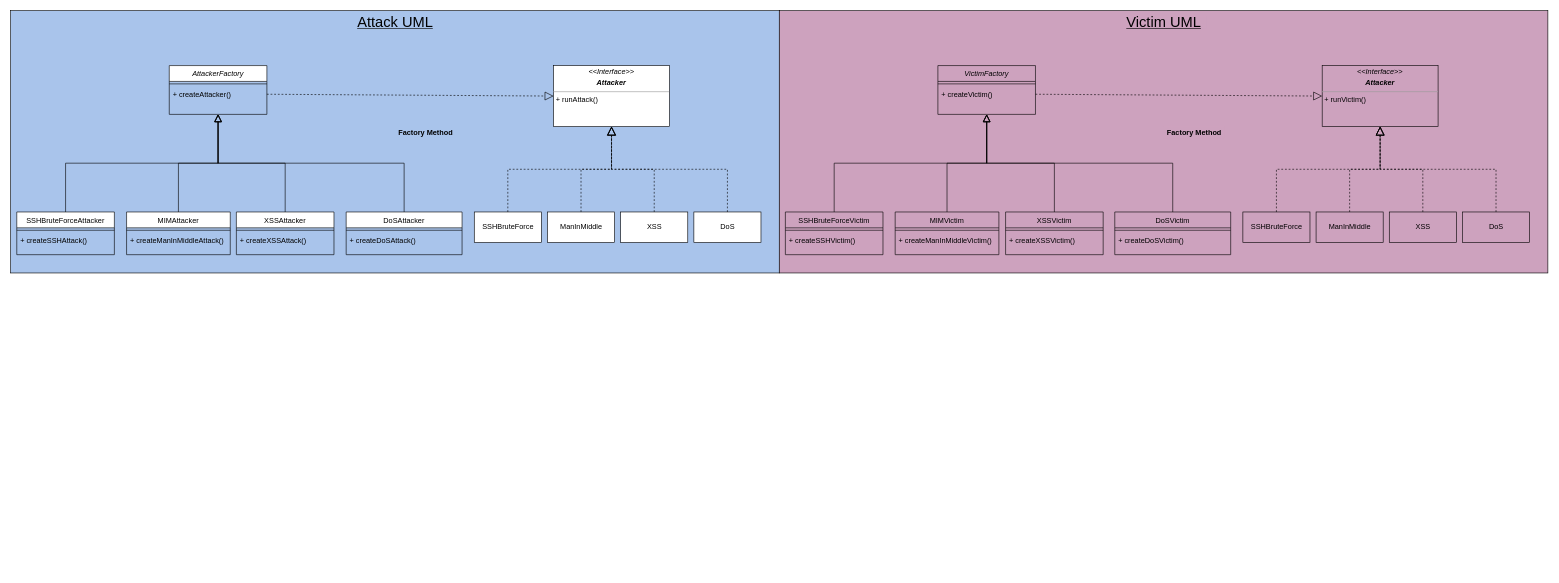
The draw.io diagram Untitled Diagram.drawio in connormc1010/ZFAC025_Final_Project, before the edit. Source tidied: cells renumbered, new cells numbered last; positions are measured from the earlier drawing's top-left corner, leaving out a move shared by most shapes. Both pictures are drawn from the tidied source at 61%, with x=0, y=0 at pixel (10, 10).
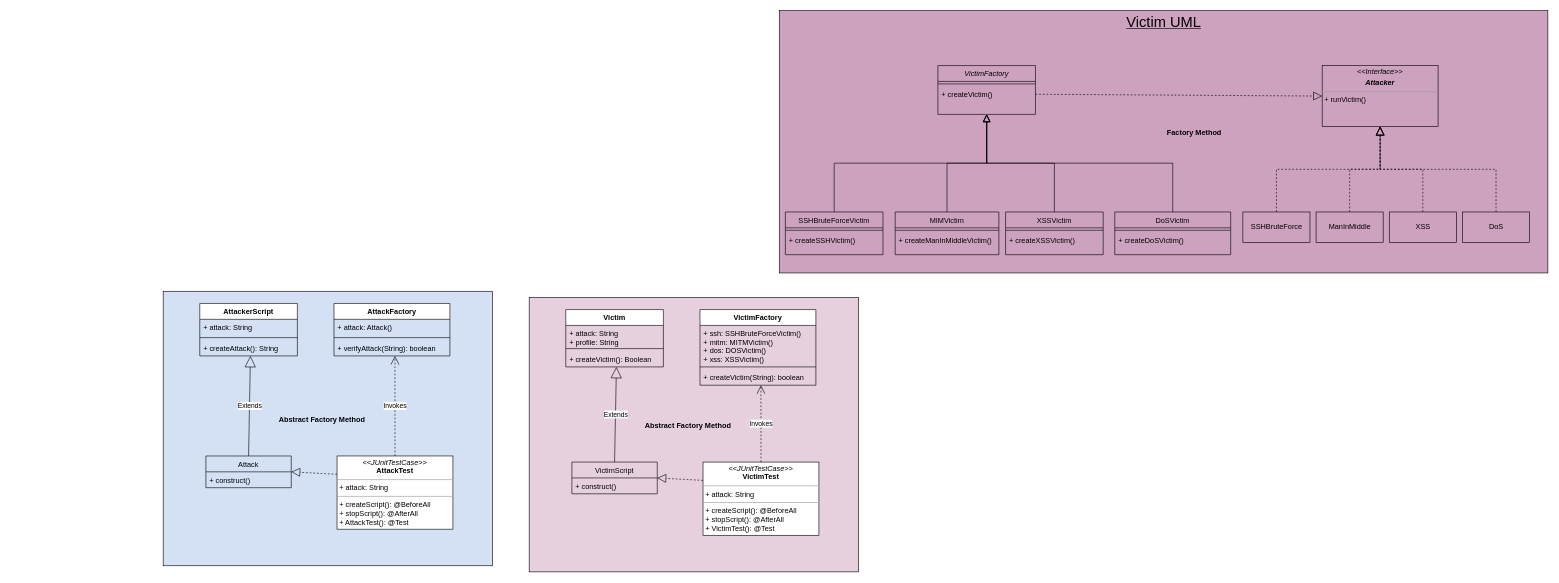
The same diagram, later.

What changed in the source:
```diff
@@
-    <mxCell id="2" style="rounded=0;whiteSpace=wrap;html=1;fillColor=#A9C4EB;" parent="1" vertex="1">
-      <mxGeometry width="1260" height="430" as="geometry" />
-    </mxCell>
-    <mxCell id="3" value="AttackerFactory" style="swimlane;fontStyle=2;align=center;verticalAlign=top;horizontal=1;startSize=26;rounded=0;shadow=0;strokeWidth=1;" parent="1" vertex="1">
-      <mxGeometry x="260" y="90" width="160" height="80" as="geometry" />
-    </mxCell>
-    <mxCell id="4" style="line;html=1;strokeWidth=1;align=left;verticalAlign=middle;spacingTop=-1;spacingLeft=3;spacingRight=3;labelPosition=right;" parent="3" vertex="1">
-      <mxGeometry y="26" width="160" height="8" as="geometry" />
-    </mxCell>
-    <mxCell id="5" value="+ createAttacker()" style="text;align=left;verticalAlign=top;spacingLeft=4;spacingRight=4;overflow=hidden;points=[[0,0.5],[1,0.5]];portConstraint=eastwest;" parent="3" vertex="1">
-      <mxGeometry y="34" width="160" height="26" as="geometry" />
-    </mxCell>
-    <mxCell id="6" value="SSHBruteForceAttacker" style="swimlane;fontStyle=0;align=center;verticalAlign=top;horizontal=1;startSize=26;rounded=0;shadow=0;strokeWidth=1;" parent="1" vertex="1">
-      <mxGeometry x="10" y="330" width="160" height="70" as="geometry" />
-    </mxCell>
-    <mxCell id="7" style="line;html=1;strokeWidth=1;align=left;verticalAlign=middle;spacingTop=-1;spacingLeft=3;spacingRight=3;labelPosition=right;" parent="6" vertex="1">
-      <mxGeometry y="26" width="160" height="8" as="geometry" />
-    </mxCell>
-    <mxCell id="8" value="+ createSSHAttack()" style="text;align=left;verticalAlign=top;spacingLeft=4;spacingRight=4;overflow=hidden;fontStyle=0;" parent="6" vertex="1">
-      <mxGeometry y="34" width="160" height="26" as="geometry" />
-    </mxCell>
-    <mxCell id="9" style="endArrow=block;endSize=10;endFill=0;shadow=0;strokeWidth=1;rounded=0;edgeStyle=elbowEdgeStyle;elbow=vertical;" parent="1" edge="1" source="6" target="3">
-      <mxGeometry relative="1" as="geometry" />
-    </mxCell>
-    <mxCell id="10" value="MIMAttacker" style="swimlane;fontStyle=0;align=center;verticalAlign=top;horizontal=1;startSize=26;rounded=0;shadow=0;strokeWidth=1;" parent="1" vertex="1">
-      <mxGeometry x="190" y="330" width="170" height="70" as="geometry" />
-    </mxCell>
-    <mxCell id="11" style="line;html=1;strokeWidth=1;align=left;verticalAlign=middle;spacingTop=-1;spacingLeft=3;spacingRight=3;labelPosition=right;" parent="10" vertex="1">
-      <mxGeometry y="26" width="170" height="8" as="geometry" />
-    </mxCell>
-    <mxCell id="12" value="+ createManInMiddleAttack()" style="text;align=left;verticalAlign=top;spacingLeft=4;spacingRight=4;overflow=hidden;fontStyle=0;" parent="10" vertex="1">
-      <mxGeometry y="34" width="170" height="26" as="geometry" />
-    </mxCell>
-    <mxCell id="13" style="endArrow=block;endSize=10;endFill=0;shadow=0;strokeWidth=1;rounded=0;edgeStyle=elbowEdgeStyle;elbow=vertical;" parent="1" edge="1" source="10" target="3">
-      <mxGeometry relative="1" as="geometry" />
-    </mxCell>
-    <mxCell id="14" value="&lt;p style=&quot;margin: 0px ; margin-top: 4px ; text-align: center&quot;&gt;&lt;i&gt;&amp;lt;&amp;lt;Interface&amp;gt;&amp;gt;&lt;/i&gt;&lt;br&gt;&lt;/p&gt;&lt;p style=&quot;margin: 0px ; margin-top: 4px ; text-align: center&quot;&gt;&lt;i&gt;&lt;b&gt;Attacker&lt;/b&gt;&lt;/i&gt;&lt;/p&gt;&lt;hr size=&quot;1&quot;&gt;&lt;p style=&quot;margin: 0px ; margin-left: 4px&quot;&gt;+ runAttack()&lt;br&gt;&lt;/p&gt;" style="verticalAlign=top;align=left;overflow=fill;fontSize=12;fontFamily=Helvetica;html=1;" parent="1" vertex="1">
-      <mxGeometry x="890" y="90" width="190" height="100" as="geometry" />
-    </mxCell>
-    <mxCell id="15" value="SSHBruteForce" style="html=1;" parent="1" vertex="1">
-      <mxGeometry x="760" y="330" width="110" height="50" as="geometry" />
-    </mxCell>
-    <mxCell id="16" value="ManInMiddle" style="html=1;" parent="1" vertex="1">
-      <mxGeometry x="880" y="330" width="110" height="50" as="geometry" />
-    </mxCell>
-    <mxCell id="17" value="XSS" style="html=1;" parent="1" vertex="1">
-      <mxGeometry x="1000" y="330" width="110" height="50" as="geometry" />
-    </mxCell>
-    <mxCell id="18" value="XSSAttacker" style="swimlane;fontStyle=0;align=center;verticalAlign=top;horizontal=1;startSize=26;rounded=0;shadow=0;strokeWidth=1;" parent="1" vertex="1">
-      <mxGeometry x="370" y="330" width="160" height="70" as="geometry" />
-    </mxCell>
-    <mxCell id="19" style="line;html=1;strokeWidth=1;align=left;verticalAlign=middle;spacingTop=-1;spacingLeft=3;spacingRight=3;labelPosition=right;" parent="18" vertex="1">
-      <mxGeometry y="26" width="160" height="8" as="geometry" />
-    </mxCell>
-    <mxCell id="20" value="+ createXSSAttack()" style="text;align=left;verticalAlign=top;spacingLeft=4;spacingRight=4;overflow=hidden;fontStyle=0;" parent="18" vertex="1">
-      <mxGeometry y="34" width="160" height="26" as="geometry" />
-    </mxCell>
-    <mxCell id="21" value="DoS" style="html=1;" parent="1" vertex="1">
-      <mxGeometry x="1120" y="330" width="110" height="50" as="geometry" />
-    </mxCell>
-    <mxCell id="22" value="DoSAttacker" style="swimlane;fontStyle=0;align=center;verticalAlign=top;horizontal=1;startSize=26;rounded=0;shadow=0;strokeWidth=1;" parent="1" vertex="1">
-      <mxGeometry x="550" y="330" width="190" height="70" as="geometry" />
-    </mxCell>
-    <mxCell id="23" style="line;html=1;strokeWidth=1;align=left;verticalAlign=middle;spacingTop=-1;spacingLeft=3;spacingRight=3;labelPosition=right;" parent="22" vertex="1">
-      <mxGeometry y="26" width="190" height="8" as="geometry" />
-    </mxCell>
-    <mxCell id="24" value="+ createDoSAttack()" style="text;align=left;verticalAlign=top;spacingLeft=4;spacingRight=4;overflow=hidden;fontStyle=0;" parent="22" vertex="1">
-      <mxGeometry y="34" width="190" height="26" as="geometry" />
-    </mxCell>
-    <mxCell id="25" style="endArrow=block;dashed=1;endFill=0;endSize=12;html=1;rounded=0;exitX=0.5;exitY=0;exitDx=0;exitDy=0;entryX=0.5;entryY=1;entryDx=0;entryDy=0;edgeStyle=orthogonalEdgeStyle;" parent="1" edge="1" source="15" target="14">
-      <mxGeometry relative="1" as="geometry" />
-    </mxCell>
-    <mxCell id="26" style="endArrow=block;dashed=1;endFill=0;endSize=12;html=1;rounded=0;entryX=0.5;entryY=1;entryDx=0;entryDy=0;edgeStyle=orthogonalEdgeStyle;" parent="1" edge="1" source="16" target="14">
-      <mxGeometry relative="1" as="geometry" />
-    </mxCell>
-    <mxCell id="27" style="endArrow=block;dashed=1;endFill=0;endSize=12;html=1;rounded=0;exitX=0.5;exitY=0;exitDx=0;exitDy=0;entryX=0.5;entryY=1;entryDx=0;entryDy=0;edgeStyle=orthogonalEdgeStyle;" parent="1" edge="1" source="17" target="14">
-      <mxGeometry relative="1" as="geometry" />
-    </mxCell>
-    <mxCell id="28" style="endArrow=block;dashed=1;endFill=0;endSize=12;html=1;rounded=0;exitX=0.5;exitY=0;exitDx=0;exitDy=0;entryX=0.5;entryY=1;entryDx=0;entryDy=0;edgeStyle=orthogonalEdgeStyle;" parent="1" edge="1" source="21" target="14">
-      <mxGeometry relative="1" as="geometry" />
-    </mxCell>
-    <mxCell id="29" style="endArrow=block;endSize=10;endFill=0;shadow=0;strokeWidth=1;rounded=0;edgeStyle=elbowEdgeStyle;elbow=vertical;exitX=0.5;exitY=0;exitDx=0;exitDy=0;entryX=0.5;entryY=1;entryDx=0;entryDy=0;" parent="1" edge="1" source="18" target="3">
-      <mxGeometry relative="1" as="geometry" />
-    </mxCell>
-    <mxCell id="30" style="endArrow=block;endSize=10;endFill=0;shadow=0;strokeWidth=1;rounded=0;edgeStyle=elbowEdgeStyle;elbow=vertical;exitX=0.5;exitY=0;exitDx=0;exitDy=0;entryX=0.5;entryY=1;entryDx=0;entryDy=0;" parent="1" edge="1" source="22" target="3">
-      <mxGeometry relative="1" as="geometry" />
-    </mxCell>
-    <mxCell id="31" style="endArrow=block;dashed=1;endFill=0;endSize=12;html=1;rounded=0;exitX=1;exitY=0.5;exitDx=0;exitDy=0;entryX=0;entryY=0.5;entryDx=0;entryDy=0;" parent="1" edge="1" source="5" target="14">
-      <mxGeometry relative="1" as="geometry" />
-    </mxCell>
-    <mxCell id="32" value="&lt;u&gt;&lt;font style=&quot;font-size: 24px&quot;&gt;Attack UML&lt;/font&gt;&lt;/u&gt;" style="text;html=1;align=center;verticalAlign=middle;strokeColor=none;fillColor=none;" parent="1" vertex="1">
-      <mxGeometry x="560" y="10" width="140" height="20" as="geometry" />
-    </mxCell>
-    <mxCell id="33" value="&lt;b&gt;Factory Method&lt;/b&gt;" style="text;html=1;align=center;verticalAlign=middle;strokeColor=none;fillColor=none;" parent="1" vertex="1">
-      <mxGeometry x="630" y="190" width="100" height="20" as="geometry" />
-    </mxCell>
+    <mxCell id="66" style="rounded=0;whiteSpace=wrap;html=1;fillColor=#D4E1F5;" parent="1" vertex="1">
+      <mxGeometry x="250" y="460" width="540" height="450" as="geometry" />
+    </mxCell>
@@
+    <mxCell id="67" value="AttackerScript" style="swimlane;fontStyle=1;align=center;verticalAlign=top;horizontal=1;startSize=26;" parent="1" vertex="1">
+      <mxGeometry x="310" y="480" width="160" height="86" as="geometry" />
+    </mxCell>
+    <mxCell id="68" value="+ attack: String" style="text;strokeColor=none;fillColor=none;align=left;verticalAlign=top;spacingLeft=4;spacingRight=4;overflow=hidden;" parent="67" vertex="1">
+      <mxGeometry y="26" width="160" height="26" as="geometry" />
+    </mxCell>
+    <mxCell id="69" style="line;strokeWidth=1;fillColor=none;align=left;verticalAlign=middle;spacingTop=-1;spacingLeft=3;spacingRight=3;labelPosition=right;" parent="67" vertex="1">
+      <mxGeometry y="52" width="160" height="8" as="geometry" />
+    </mxCell>
+    <mxCell id="70" value="+ createAttack(): String" style="text;strokeColor=none;fillColor=none;align=left;verticalAlign=top;spacingLeft=4;spacingRight=4;overflow=hidden;points=[[0,0.5],[1,0.5]];portConstraint=eastwest;" parent="67" vertex="1">
+      <mxGeometry y="60" width="160" height="26" as="geometry" />
+    </mxCell>
+    <mxCell id="71" value="Attack" style="swimlane;fontStyle=0;horizontal=1;startSize=26;fillColor=none;" parent="1" vertex="1">
+      <mxGeometry x="320" y="730" width="140" height="52" as="geometry" />
+    </mxCell>
+    <mxCell id="72" value="+ construct()" style="text;strokeColor=none;fillColor=none;align=left;verticalAlign=top;spacingLeft=4;spacingRight=4;overflow=hidden;" parent="71" vertex="1">
+      <mxGeometry y="26" width="140" height="26" as="geometry" />
+    </mxCell>
+    <mxCell id="73" value="&lt;p style=&quot;margin: 0px ; margin-top: 4px ; text-align: center&quot;&gt;&lt;i&gt;&amp;lt;&amp;lt;JUnitTestCase&amp;gt;&amp;gt;&lt;/i&gt;&lt;br&gt;&lt;b&gt;AttackTest&lt;/b&gt;&lt;/p&gt;&lt;hr size=&quot;1&quot;&gt;&lt;p style=&quot;margin: 0px ; margin-left: 4px&quot;&gt;+ attack: String&lt;/p&gt;&lt;hr size=&quot;1&quot;&gt;&lt;p style=&quot;margin: 0px ; margin-left: 4px&quot;&gt;+ createScript(): @BeforeAll&lt;/p&gt;&lt;p style=&quot;margin: 0px ; margin-left: 4px&quot;&gt;+ stopScript(): @AfterAll&lt;/p&gt;&lt;p style=&quot;margin: 0px ; margin-left: 4px&quot;&gt;+ AttackTest(): @Test&lt;br&gt;&lt;br&gt;&lt;/p&gt;" style="verticalAlign=top;align=left;overflow=fill;fontSize=12;fontFamily=Helvetica;html=1;" parent="1" vertex="1">
+      <mxGeometry x="535" y="730" width="190" height="120" as="geometry" />
+    </mxCell>
+    <mxCell id="74" value="AttackFactory" style="swimlane;fontStyle=1;align=center;verticalAlign=top;horizontal=1;startSize=26;" parent="1" vertex="1">
+      <mxGeometry x="530" y="480" width="190" height="86" as="geometry" />
+    </mxCell>
+    <mxCell id="75" value="+ attack: Attack()" style="text;strokeColor=none;fillColor=none;align=left;verticalAlign=top;spacingLeft=4;spacingRight=4;overflow=hidden;" parent="74" vertex="1">
+      <mxGeometry y="26" width="190" height="26" as="geometry" />
+    </mxCell>
+    <mxCell id="76" style="line;strokeWidth=1;fillColor=none;align=left;verticalAlign=middle;spacingTop=-1;spacingLeft=3;spacingRight=3;labelPosition=right;" parent="74" vertex="1">
+      <mxGeometry y="52" width="190" height="8" as="geometry" />
+    </mxCell>
+    <mxCell id="77" value="+ verifyAttack(String): boolean" style="text;strokeColor=none;fillColor=none;align=left;verticalAlign=top;spacingLeft=4;spacingRight=4;overflow=hidden;points=[[0,0.5],[1,0.5]];portConstraint=eastwest;" parent="74" vertex="1">
+      <mxGeometry y="60" width="190" height="26" as="geometry" />
+    </mxCell>
+    <mxCell id="78" value="Extends" style="endArrow=block;endSize=16;endFill=0;html=1;rounded=0;exitX=0.5;exitY=0;exitDx=0;exitDy=0;entryX=0.519;entryY=1;entryDx=0;entryDy=0;entryPerimeter=0;" parent="1" edge="1" source="71" target="70">
+      <mxGeometry relative="1" as="geometry" />
+    </mxCell>
+    <mxCell id="79" style="endArrow=block;dashed=1;endFill=0;endSize=12;html=1;rounded=0;entryX=1;entryY=0.5;entryDx=0;entryDy=0;exitX=0;exitY=0.25;exitDx=0;exitDy=0;" parent="1" edge="1" source="73" target="71">
+      <mxGeometry relative="1" as="geometry" />
+    </mxCell>
+    <mxCell id="80" value="Invokes" style="endArrow=open;endSize=12;dashed=1;html=1;rounded=0;exitX=0.5;exitY=0;exitDx=0;exitDy=0;entryX=0.526;entryY=1;entryDx=0;entryDy=0;entryPerimeter=0;" parent="1" edge="1" source="73" target="77">
+      <mxGeometry relative="1" as="geometry" />
+    </mxCell>
+    <mxCell id="81" value="&lt;b&gt;Abstract Factory Method&lt;/b&gt;" style="text;html=1;align=center;verticalAlign=middle;strokeColor=none;fillColor=none;" parent="1" vertex="1">
+      <mxGeometry x="430" y="660" width="160" height="20" as="geometry" />
+    </mxCell>
+    <mxCell id="82" style="rounded=0;whiteSpace=wrap;html=1;fillColor=#E6D0DE;" parent="1" vertex="1">
+      <mxGeometry x="850" y="470" width="540" height="450" as="geometry" />
+    </mxCell>
+    <mxCell id="83" value="Victim" style="swimlane;fontStyle=1;align=center;verticalAlign=top;horizontal=1;startSize=26;" parent="1" vertex="1">
+      <mxGeometry x="910" y="490" width="160" height="94" as="geometry" />
+    </mxCell>
+    <mxCell id="84" value="+ attack: String&#10;+ profile: String" style="text;strokeColor=none;fillColor=none;align=left;verticalAlign=top;spacingLeft=4;spacingRight=4;overflow=hidden;" parent="83" vertex="1">
+      <mxGeometry y="26" width="160" height="34" as="geometry" />
+    </mxCell>
+    <mxCell id="85" style="line;strokeWidth=1;fillColor=none;align=left;verticalAlign=middle;spacingTop=-1;spacingLeft=3;spacingRight=3;labelPosition=right;" parent="83" vertex="1">
+      <mxGeometry y="60" width="160" height="8" as="geometry" />
+    </mxCell>
+    <mxCell id="86" value="+ createVictim(): Boolean" style="text;strokeColor=none;fillColor=none;align=left;verticalAlign=top;spacingLeft=4;spacingRight=4;overflow=hidden;points=[[0,0.5],[1,0.5]];portConstraint=eastwest;" parent="83" vertex="1">
+      <mxGeometry y="68" width="160" height="26" as="geometry" />
+    </mxCell>
+    <mxCell id="87" value="VictimScript" style="swimlane;fontStyle=0;horizontal=1;startSize=26;fillColor=none;" parent="1" vertex="1">
+      <mxGeometry x="920" y="740" width="140" height="52" as="geometry" />
+    </mxCell>
+    <mxCell id="88" value="+ construct()" style="text;strokeColor=none;fillColor=none;align=left;verticalAlign=top;spacingLeft=4;spacingRight=4;overflow=hidden;" parent="87" vertex="1">
+      <mxGeometry y="26" width="140" height="26" as="geometry" />
+    </mxCell>
+    <mxCell id="89" value="&lt;p style=&quot;margin: 0px ; margin-top: 4px ; text-align: center&quot;&gt;&lt;i&gt;&amp;lt;&amp;lt;JUnitTestCase&amp;gt;&amp;gt;&lt;/i&gt;&lt;br&gt;&lt;b&gt;VictimTest&lt;/b&gt;&lt;/p&gt;&lt;hr size=&quot;1&quot;&gt;&lt;p style=&quot;margin: 0px ; margin-left: 4px&quot;&gt;+ attack: String&lt;/p&gt;&lt;hr size=&quot;1&quot;&gt;&lt;p style=&quot;margin: 0px ; margin-left: 4px&quot;&gt;+ createScript(): @BeforeAll&lt;/p&gt;&lt;p style=&quot;margin: 0px ; margin-left: 4px&quot;&gt;+ stopScript(): @AfterAll&lt;/p&gt;&lt;p style=&quot;margin: 0px ; margin-left: 4px&quot;&gt;+ VictimTest(): @Test&lt;br&gt;&lt;br&gt;&lt;/p&gt;" style="verticalAlign=top;align=left;overflow=fill;fontSize=12;fontFamily=Helvetica;html=1;" parent="1" vertex="1">
+      <mxGeometry x="1135" y="740" width="190" height="120" as="geometry" />
+    </mxCell>
+    <mxCell id="90" value="VictimFactory" style="swimlane;fontStyle=1;align=center;verticalAlign=top;horizontal=1;startSize=26;" parent="1" vertex="1">
+      <mxGeometry x="1130" y="490" width="190" height="124" as="geometry" />
+    </mxCell>
+    <mxCell id="91" value="+ ssh: SSHBruteForceVictim()&#10;+ mitm: MITMVictim()&#10;+ dos: DOSVictim()&#10;+ xss: XSSVictim()&#10;" style="text;strokeColor=none;fillColor=none;align=left;verticalAlign=top;spacingLeft=4;spacingRight=4;overflow=hidden;" parent="90" vertex="1">
+      <mxGeometry y="26" width="190" height="64" as="geometry" />
+    </mxCell>
+    <mxCell id="92" style="line;strokeWidth=1;fillColor=none;align=left;verticalAlign=middle;spacingTop=-1;spacingLeft=3;spacingRight=3;labelPosition=right;" parent="90" vertex="1">
+      <mxGeometry y="90" width="190" height="8" as="geometry" />
+    </mxCell>
+    <mxCell id="93" value="+ createVictim(String): boolean" style="text;strokeColor=none;fillColor=none;align=left;verticalAlign=top;spacingLeft=4;spacingRight=4;overflow=hidden;points=[[0,0.5],[1,0.5]];portConstraint=eastwest;" parent="90" vertex="1">
+      <mxGeometry y="98" width="190" height="26" as="geometry" />
+    </mxCell>
+    <mxCell id="94" value="Extends" style="endArrow=block;endSize=16;endFill=0;html=1;rounded=0;exitX=0.5;exitY=0;exitDx=0;exitDy=0;entryX=0.519;entryY=1;entryDx=0;entryDy=0;entryPerimeter=0;" parent="1" edge="1" source="87" target="86">
+      <mxGeometry relative="1" as="geometry" />
+    </mxCell>
+    <mxCell id="95" style="endArrow=block;dashed=1;endFill=0;endSize=12;html=1;rounded=0;entryX=1;entryY=0.5;entryDx=0;entryDy=0;exitX=0;exitY=0.25;exitDx=0;exitDy=0;" parent="1" edge="1" source="89" target="87">
+      <mxGeometry relative="1" as="geometry" />
+    </mxCell>
+    <mxCell id="96" value="Invokes" style="endArrow=open;endSize=12;dashed=1;html=1;rounded=0;exitX=0.5;exitY=0;exitDx=0;exitDy=0;entryX=0.526;entryY=1;entryDx=0;entryDy=0;entryPerimeter=0;" parent="1" edge="1" source="89" target="93">
+      <mxGeometry relative="1" as="geometry" />
+    </mxCell>
+    <mxCell id="97" value="&lt;b&gt;Abstract Factory Method&lt;/b&gt;" style="text;html=1;align=center;verticalAlign=middle;strokeColor=none;fillColor=none;" parent="1" vertex="1">
+      <mxGeometry x="1030" y="670" width="160" height="20" as="geometry" />
+    </mxCell>
```
